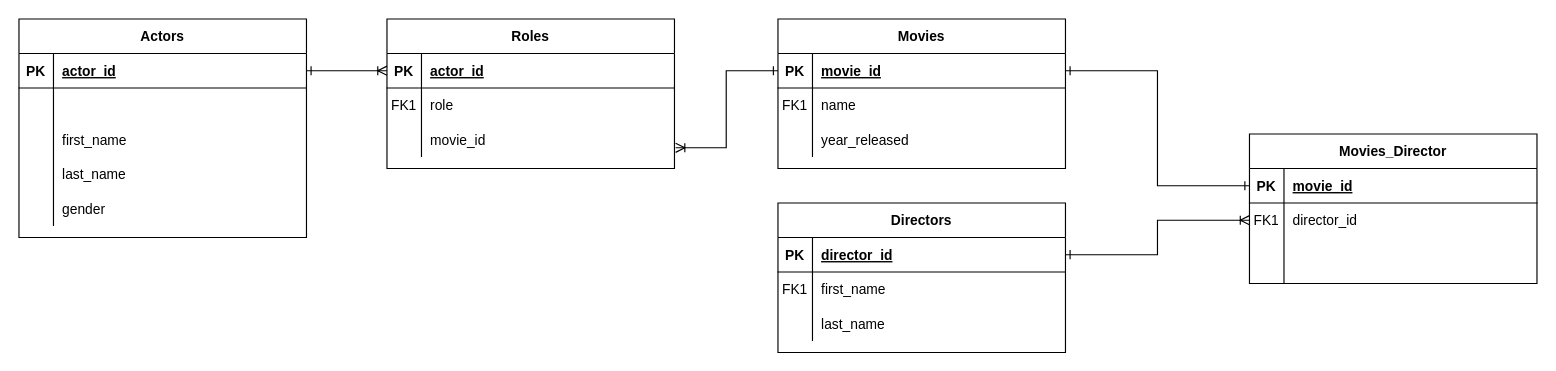
The draw.io diagram Untitled Diagram.drawio in rhkhoo/rhkhoo, before the edit. Source tidied: cells renumbered, new cells numbered last; positions are measured from the earlier drawing's top-left corner, leaving out a move shared by most shapes. Both pictures are drawn from the tidied source at 115%, with x=0, y=0 at pixel (18, 18).
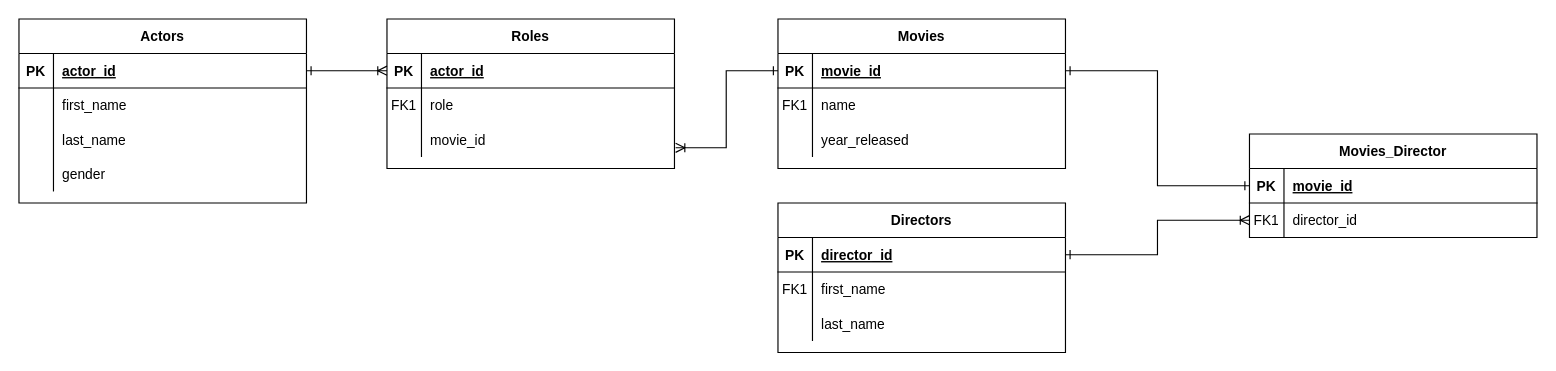
Above is the later version.

What changed in the source:
```diff
@@
     <mxCell id="7" value="Movies_Director" style="shape=table;startSize=30;childLayout=tableLayout;rowLines=0;fontStyle=1;align=center;" parent="1" vertex="1">
-      <mxGeometry x="1070" y="100" width="250" height="130" as="geometry" />
+      <mxGeometry x="1070" y="100" width="250" height="90" as="geometry" />
     </mxCell>
@@
-    <mxCell id="14" style="shape=partialRectangle;fillColor=none;top=0;left=0;right=0;bottom=0;" parent="7" vertex="1">
-      <mxGeometry y="90" width="250" height="20" as="geometry" />
-    </mxCell>
-    <mxCell id="15" style="shape=partialRectangle;overflow=hidden;fillColor=none;top=0;left=0;bottom=0;right=0;" parent="14" vertex="1">
-      <mxGeometry width="30" height="20" as="geometry" />
-    </mxCell>
-    <mxCell id="16" style="shape=partialRectangle;overflow=hidden;fillColor=none;top=0;left=0;bottom=0;right=0;align=left;spacingLeft=6;" parent="14" vertex="1">
-      <mxGeometry x="30" width="220" height="20" as="geometry" />
-    </mxCell>
-    <mxCell id="17" style="shape=partialRectangle;fillColor=none;top=0;left=0;right=0;bottom=0;" parent="7" vertex="1">
-      <mxGeometry y="110" width="250" height="20" as="geometry" />
-    </mxCell>
-    <mxCell id="18" style="shape=partialRectangle;overflow=hidden;fillColor=none;top=0;left=0;bottom=0;right=0;" parent="17" vertex="1">
-      <mxGeometry width="30" height="20" as="geometry" />
-    </mxCell>
-    <mxCell id="19" style="shape=partialRectangle;overflow=hidden;fillColor=none;top=0;left=0;bottom=0;right=0;align=left;spacingLeft=6;" parent="17" vertex="1">
-      <mxGeometry x="30" width="220" height="20" as="geometry" />
-    </mxCell>
@@
     <mxCell id="50" value="Actors" style="shape=table;startSize=30;childLayout=tableLayout;rowLines=0;fontStyle=1;align=center;" parent="1" vertex="1">
-      <mxGeometry width="250" height="190" as="geometry" />
+      <mxGeometry width="250" height="160" as="geometry" />
     </mxCell>
@@
-    <mxCell id="54" style="shape=partialRectangle;fillColor=none;top=0;left=0;bottom=0;right=0;" parent="50" vertex="1">
-      <mxGeometry y="60" width="250" height="30" as="geometry" />
-    </mxCell>
-    <mxCell id="55" style="shape=partialRectangle;fillColor=none;top=0;left=0;bottom=0;right=0;overflow=hidden;" parent="54" vertex="1">
-      <mxGeometry width="30" height="30" as="geometry" />
-    </mxCell>
-    <mxCell id="56" style="shape=partialRectangle;fillColor=none;top=0;left=0;bottom=0;right=0;align=left;spacingLeft=6;overflow=hidden;" parent="54" vertex="1">
-      <mxGeometry x="30" width="220" height="30" as="geometry" />
-    </mxCell>
     <mxCell id="57" style="shape=partialRectangle;fillColor=none;top=0;left=0;bottom=0;right=0;" parent="50" vertex="1">
-      <mxGeometry y="90" width="250" height="30" as="geometry" />
+      <mxGeometry y="60" width="250" height="30" as="geometry" />
     </mxCell>
@@
     <mxCell id="60" style="shape=partialRectangle;fillColor=none;top=0;left=0;bottom=0;right=0;" parent="50" vertex="1">
-      <mxGeometry y="120" width="250" height="30" as="geometry" />
+      <mxGeometry y="90" width="250" height="30" as="geometry" />
     </mxCell>
@@
     <mxCell id="63" style="shape=partialRectangle;fillColor=none;top=0;left=0;bottom=0;right=0;" parent="50" vertex="1">
-      <mxGeometry y="150" width="250" height="30" as="geometry" />
+      <mxGeometry y="120" width="250" height="30" as="geometry" />
     </mxCell>
```
